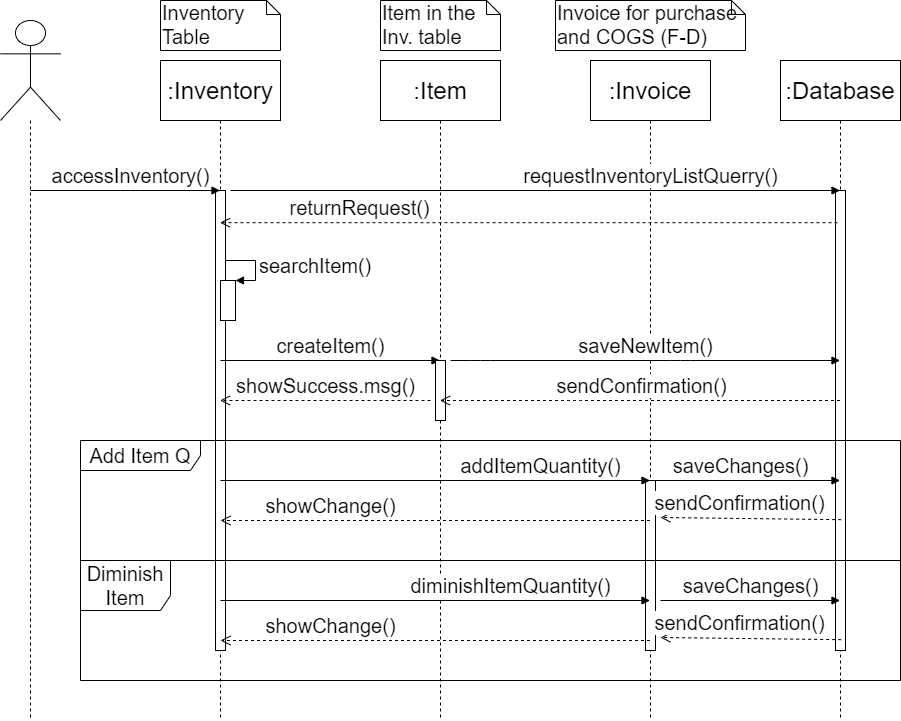
The draw.io diagram Diagrams/Sequence Diagrams/SEQ_17-18-20_Register Add Diminish Inventory Items.png in kkasharaj17/SE-project, before a commit. Source tidied: cells renumbered, new cells last; positions are measured from the earlier drawing's top-left corner, leaving out a move shared by most shapes. The source it was exported from:
```xml
<mxGraphModel>
  <root>
    <mxCell id="0" />
    <mxCell id="1" parent="0" />
    <mxCell id="2" value=":Invoice" style="shape=umlLifeline;perimeter=lifelinePerimeter;whiteSpace=wrap;html=1;outlineConnect=0;size=60;fontSize=24;" parent="1" vertex="1">
      <mxGeometry x="590" y="60" width="120" height="660" as="geometry" />
    </mxCell>
    <mxCell id="3" style="html=1;perimeter=orthogonalPerimeter;fontSize=20;" parent="2" vertex="1">
      <mxGeometry x="55" y="420" width="10" height="170" as="geometry" />
    </mxCell>
    <mxCell id="4" value=":Database" style="shape=umlLifeline;perimeter=lifelinePerimeter;whiteSpace=wrap;html=1;outlineConnect=0;size=60;fontSize=24;" parent="1" vertex="1">
      <mxGeometry x="780" y="60" width="120" height="660" as="geometry" />
    </mxCell>
    <mxCell id="5" style="html=1;points=[];perimeter=orthogonalPerimeter;fontSize=20;" parent="4" vertex="1">
      <mxGeometry x="55" y="130" width="10" height="460" as="geometry" />
    </mxCell>
    <mxCell id="6" value=":Inventory" style="shape=umlLifeline;perimeter=lifelinePerimeter;whiteSpace=wrap;html=1;outlineConnect=0;size=60;fontSize=24;" parent="1" vertex="1">
      <mxGeometry x="160" y="60" width="120" height="660" as="geometry" />
    </mxCell>
    <mxCell id="7" style="html=1;points=[];perimeter=orthogonalPerimeter;fontSize=20;" parent="6" vertex="1">
      <mxGeometry x="55" y="130" width="10" height="460" as="geometry" />
    </mxCell>
    <mxCell id="8" style="html=1;points=[];perimeter=orthogonalPerimeter;fontSize=20;" parent="6" vertex="1">
      <mxGeometry x="60" y="220" width="15" height="40" as="geometry" />
    </mxCell>
    <mxCell id="9" value="searchItem()" style="edgeStyle=orthogonalEdgeStyle;html=1;align=left;spacingLeft=2;endArrow=block;rounded=0;entryX=1;entryY=0;fontSize=20;" parent="6" edge="1" source="7" target="8">
      <mxGeometry relative="1" as="geometry">
        <Array as="points">
          <mxPoint x="95" y="200" />
          <mxPoint x="95" y="220" />
        </Array>
      </mxGeometry>
    </mxCell>
    <mxCell id="10" value="createItem()" style="html=1;verticalAlign=bottom;endArrow=block;fontSize=20;" parent="6" edge="1" target="15">
      <mxGeometry relative="1" as="geometry">
        <mxPoint x="60" y="300" as="sourcePoint" />
      </mxGeometry>
    </mxCell>
    <mxCell id="11" value="showChange()" style="html=1;verticalAlign=bottom;endArrow=open;dashed=1;endSize=8;fontSize=20;" parent="6" edge="1" source="2">
      <mxGeometry x="0.49" relative="1" as="geometry">
        <mxPoint x="60" y="460" as="targetPoint" />
      </mxGeometry>
    </mxCell>
    <mxCell id="12" value="Add Item Q" style="shape=umlFrame;whiteSpace=wrap;html=1;fontSize=20;width=120;height=30;" parent="1" vertex="1">
      <mxGeometry x="80" y="440" width="820" height="120" as="geometry" />
    </mxCell>
    <mxCell id="13" style="shape=umlLifeline;participant=umlActor;perimeter=lifelinePerimeter;whiteSpace=wrap;html=1;verticalAlign=top;spacingTop=36;labelBackgroundColor=#ffffff;size=100;" parent="1" vertex="1">
      <mxGeometry y="20" width="60" height="700" as="geometry" />
    </mxCell>
    <mxCell id="14" value="accessInventory()" style="html=1;verticalAlign=bottom;endArrow=block;fontSize=20;" parent="13" edge="1" target="6">
      <mxGeometry x="0.06" relative="1" as="geometry">
        <mxPoint x="30" y="170" as="sourcePoint" />
        <Array as="points">
          <mxPoint x="130" y="170" />
        </Array>
      </mxGeometry>
    </mxCell>
    <mxCell id="15" value=":Item" style="shape=umlLifeline;perimeter=lifelinePerimeter;whiteSpace=wrap;html=1;outlineConnect=0;size=60;fontSize=24;" parent="1" vertex="1">
      <mxGeometry x="380" y="60" width="120" height="660" as="geometry" />
    </mxCell>
    <mxCell id="16" value="saveNewItem()" style="html=1;verticalAlign=bottom;endArrow=block;fontSize=20;" parent="15" edge="1" target="4">
      <mxGeometry relative="1" as="geometry">
        <mxPoint x="70" y="300" as="sourcePoint" />
        <Array as="points">
          <mxPoint x="100" y="300" />
          <mxPoint x="300" y="300" />
        </Array>
      </mxGeometry>
    </mxCell>
    <mxCell id="17" style="html=1;perimeter=orthogonalPerimeter;fontSize=20;" parent="15" vertex="1">
      <mxGeometry x="55" y="300" width="10" height="60" as="geometry" />
    </mxCell>
    <mxCell id="18" value="Inventory Table" style="shape=note;whiteSpace=wrap;html=1;size=14;verticalAlign=top;align=left;spacingTop=-6;fontSize=20;" parent="1" vertex="1">
      <mxGeometry x="160" width="120" height="50" as="geometry" />
    </mxCell>
    <mxCell id="19" value="Item in the Inv. table" style="shape=note;whiteSpace=wrap;html=1;size=14;verticalAlign=top;align=left;spacingTop=-6;fontSize=20;" parent="1" vertex="1">
      <mxGeometry x="380" width="120" height="50" as="geometry" />
    </mxCell>
    <mxCell id="20" value="requestInventoryListQuerry()" style="html=1;verticalAlign=bottom;endArrow=block;fontSize=20;" parent="1" edge="1" target="4">
      <mxGeometry x="0.38" relative="1" as="geometry">
        <mxPoint x="230" y="190" as="sourcePoint" />
        <Array as="points">
          <mxPoint x="230" y="190" />
        </Array>
      </mxGeometry>
    </mxCell>
    <mxCell id="21" value="returnRequest()" style="html=1;verticalAlign=bottom;endArrow=open;dashed=1;endSize=8;fontSize=20;exitX=0.2;exitY=0.07;exitDx=0;exitDy=0;exitPerimeter=0;" parent="1" edge="1" source="5" target="6">
      <mxGeometry x="0.55" relative="1" as="geometry" />
    </mxCell>
    <mxCell id="22" value="sendConfirmation()" style="html=1;verticalAlign=bottom;endArrow=open;dashed=1;endSize=8;fontSize=20;" parent="1" edge="1" source="4" target="15">
      <mxGeometry relative="1" as="geometry">
        <Array as="points">
          <mxPoint x="570" y="400" />
        </Array>
      </mxGeometry>
    </mxCell>
    <mxCell id="23" value="showSuccess.msg()" style="html=1;verticalAlign=bottom;endArrow=open;dashed=1;endSize=8;fontSize=20;" parent="1" edge="1" target="6">
      <mxGeometry relative="1" as="geometry">
        <mxPoint x="430" y="400" as="sourcePoint" />
      </mxGeometry>
    </mxCell>
    <mxCell id="24" value="addItemQuantity()" style="html=1;verticalAlign=bottom;endArrow=block;fontSize=20;" parent="1" edge="1" target="2">
      <mxGeometry x="0.49" relative="1" as="geometry">
        <mxPoint x="220" y="480" as="sourcePoint" />
      </mxGeometry>
    </mxCell>
    <mxCell id="25" value="saveChanges()" style="html=1;verticalAlign=bottom;endArrow=block;fontSize=20;" parent="1" edge="1" target="4">
      <mxGeometry relative="1" as="geometry">
        <mxPoint x="640" y="480" as="sourcePoint" />
      </mxGeometry>
    </mxCell>
    <mxCell id="26" value="sendConfirmation()" style="html=1;verticalAlign=bottom;endArrow=open;dashed=1;endSize=8;fontSize=20;" parent="1" edge="1">
      <mxGeometry x="0.11" y="-1" relative="1" as="geometry">
        <mxPoint x="840.7" y="519.2" as="sourcePoint" />
        <mxPoint x="660" y="517" as="targetPoint" />
        <mxPoint x="-1" as="offset" />
      </mxGeometry>
    </mxCell>
    <mxCell id="27" value="Diminish Item" style="shape=umlFrame;whiteSpace=wrap;html=1;fontSize=20;width=90;height=50;" parent="1" vertex="1">
      <mxGeometry x="80" y="560" width="820" height="120" as="geometry" />
    </mxCell>
    <mxCell id="28" value="Invoice for purchase and COGS (F-D)" style="shape=note;whiteSpace=wrap;html=1;size=14;verticalAlign=top;align=left;spacingTop=-6;fontSize=20;" parent="1" vertex="1">
      <mxGeometry x="555" width="190" height="50" as="geometry" />
    </mxCell>
    <mxCell id="29" value="diminishItemQuantity()" style="html=1;verticalAlign=bottom;endArrow=block;fontSize=20;" parent="1" edge="1">
      <mxGeometry x="0.35" relative="1" as="geometry">
        <mxPoint x="220" y="600" as="sourcePoint" />
        <mxPoint x="649.5" y="600" as="targetPoint" />
      </mxGeometry>
    </mxCell>
    <mxCell id="30" value="saveChanges()" style="html=1;verticalAlign=bottom;endArrow=block;fontSize=20;" parent="1" edge="1">
      <mxGeometry relative="1" as="geometry">
        <mxPoint x="660" y="600" as="sourcePoint" />
        <mxPoint x="839.5" y="600" as="targetPoint" />
      </mxGeometry>
    </mxCell>
    <mxCell id="31" value="sendConfirmation()" style="html=1;verticalAlign=bottom;endArrow=open;dashed=1;endSize=8;fontSize=20;" parent="1" edge="1">
      <mxGeometry x="0.11" y="-1" relative="1" as="geometry">
        <mxPoint x="840.7" y="639.2" as="sourcePoint" />
        <mxPoint x="660" y="637" as="targetPoint" />
        <mxPoint x="-1" as="offset" />
      </mxGeometry>
    </mxCell>
    <mxCell id="32" value="showChange()" style="html=1;verticalAlign=bottom;endArrow=open;dashed=1;endSize=8;fontSize=20;" parent="1" edge="1">
      <mxGeometry x="0.49" relative="1" as="geometry">
        <mxPoint x="649.5" y="640" as="sourcePoint" />
        <mxPoint x="220" y="640" as="targetPoint" />
      </mxGeometry>
    </mxCell>
  </root>
</mxGraphModel>
```
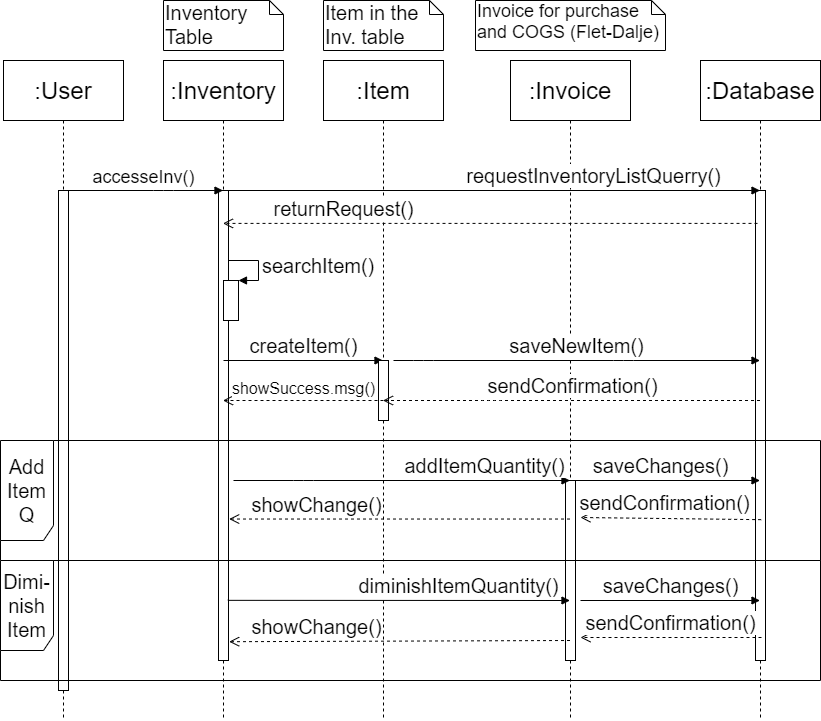
The same diagram one commit later.

What changed in the source:
```diff
@@ -6,19 +6,19 @@
       <mxGeometry x="590" y="60" width="120" height="660" as="geometry" />
     </mxCell>
     <mxCell id="3" style="html=1;perimeter=orthogonalPerimeter;fontSize=20;" parent="2" vertex="1">
-      <mxGeometry x="55" y="420" width="10" height="170" as="geometry" />
+      <mxGeometry x="55" y="420" width="10" height="180" as="geometry" />
     </mxCell>
     <mxCell id="4" value=":Database" style="shape=umlLifeline;perimeter=lifelinePerimeter;whiteSpace=wrap;html=1;outlineConnect=0;size=60;fontSize=24;" parent="1" vertex="1">
       <mxGeometry x="780" y="60" width="120" height="660" as="geometry" />
     </mxCell>
     <mxCell id="5" style="html=1;points=[];perimeter=orthogonalPerimeter;fontSize=20;" parent="4" vertex="1">
-      <mxGeometry x="55" y="130" width="10" height="460" as="geometry" />
+      <mxGeometry x="55" y="130" width="10" height="470" as="geometry" />
     </mxCell>
     <mxCell id="6" value=":Inventory" style="shape=umlLifeline;perimeter=lifelinePerimeter;whiteSpace=wrap;html=1;outlineConnect=0;size=60;fontSize=24;" parent="1" vertex="1">
-      <mxGeometry x="160" y="60" width="120" height="660" as="geometry" />
+      <mxGeometry x="243" y="60" width="120" height="660" as="geometry" />
     </mxCell>
     <mxCell id="7" style="html=1;points=[];perimeter=orthogonalPerimeter;fontSize=20;" parent="6" vertex="1">
-      <mxGeometry x="55" y="130" width="10" height="460" as="geometry" />
+      <mxGeometry x="55" y="130" width="10" height="470" as="geometry" />
     </mxCell>
     <mxCell id="8" style="html=1;points=[];perimeter=orthogonalPerimeter;fontSize=20;" parent="6" vertex="1">
       <mxGeometry x="60" y="220" width="15" height="40" as="geometry" />
@@ -36,27 +36,8 @@
         <mxPoint x="60" y="300" as="sourcePoint" />
       </mxGeometry>
     </mxCell>
-    <mxCell id="11" value="showChange()" style="html=1;verticalAlign=bottom;endArrow=open;dashed=1;endSize=8;fontSize=20;" parent="6" edge="1" source="2">
-      <mxGeometry x="0.49" relative="1" as="geometry">
-        <mxPoint x="60" y="460" as="targetPoint" />
-      </mxGeometry>
-    </mxCell>
-    <mxCell id="12" value="Add Item Q" style="shape=umlFrame;whiteSpace=wrap;html=1;fontSize=20;width=120;height=30;" parent="1" vertex="1">
-      <mxGeometry x="80" y="440" width="820" height="120" as="geometry" />
-    </mxCell>
-    <mxCell id="13" style="shape=umlLifeline;participant=umlActor;perimeter=lifelinePerimeter;whiteSpace=wrap;html=1;verticalAlign=top;spacingTop=36;labelBackgroundColor=#ffffff;size=100;" parent="1" vertex="1">
-      <mxGeometry y="20" width="60" height="700" as="geometry" />
-    </mxCell>
-    <mxCell id="14" value="accessInventory()" style="html=1;verticalAlign=bottom;endArrow=block;fontSize=20;" parent="13" edge="1" target="6">
-      <mxGeometry x="0.06" relative="1" as="geometry">
-        <mxPoint x="30" y="170" as="sourcePoint" />
-        <Array as="points">
-          <mxPoint x="130" y="170" />
-        </Array>
-      </mxGeometry>
-    </mxCell>
     <mxCell id="15" value=":Item" style="shape=umlLifeline;perimeter=lifelinePerimeter;whiteSpace=wrap;html=1;outlineConnect=0;size=60;fontSize=24;" parent="1" vertex="1">
-      <mxGeometry x="380" y="60" width="120" height="660" as="geometry" />
+      <mxGeometry x="403" y="60" width="120" height="660" as="geometry" />
     </mxCell>
     <mxCell id="16" value="saveNewItem()" style="html=1;verticalAlign=bottom;endArrow=block;fontSize=20;" parent="15" edge="1" target="4">
       <mxGeometry relative="1" as="geometry">
@@ -71,16 +52,16 @@
       <mxGeometry x="55" y="300" width="10" height="60" as="geometry" />
     </mxCell>
     <mxCell id="18" value="Inventory Table" style="shape=note;whiteSpace=wrap;html=1;size=14;verticalAlign=top;align=left;spacingTop=-6;fontSize=20;" parent="1" vertex="1">
-      <mxGeometry x="160" width="120" height="50" as="geometry" />
+      <mxGeometry x="243" width="120" height="50" as="geometry" />
     </mxCell>
     <mxCell id="19" value="Item in the Inv. table" style="shape=note;whiteSpace=wrap;html=1;size=14;verticalAlign=top;align=left;spacingTop=-6;fontSize=20;" parent="1" vertex="1">
-      <mxGeometry x="380" width="120" height="50" as="geometry" />
+      <mxGeometry x="403" width="120" height="50" as="geometry" />
     </mxCell>
     <mxCell id="20" value="requestInventoryListQuerry()" style="html=1;verticalAlign=bottom;endArrow=block;fontSize=20;" parent="1" edge="1" target="4">
       <mxGeometry x="0.38" relative="1" as="geometry">
-        <mxPoint x="230" y="190" as="sourcePoint" />
+        <mxPoint x="303" y="190" as="sourcePoint" />
         <Array as="points">
-          <mxPoint x="230" y="190" />
+          <mxPoint x="303" y="190" />
         </Array>
       </mxGeometry>
     </mxCell>
@@ -94,14 +75,17 @@
         </Array>
       </mxGeometry>
     </mxCell>
-    <mxCell id="23" value="showSuccess.msg()" style="html=1;verticalAlign=bottom;endArrow=open;dashed=1;endSize=8;fontSize=20;" parent="1" edge="1" target="6">
+    <mxCell id="23" value="showSuccess.msg()" style="html=1;verticalAlign=bottom;endArrow=open;dashed=1;endSize=8;fontSize=16;" parent="1" edge="1" target="6">
       <mxGeometry relative="1" as="geometry">
-        <mxPoint x="430" y="400" as="sourcePoint" />
+        <mxPoint x="463" y="400" as="sourcePoint" />
       </mxGeometry>
     </mxCell>
     <mxCell id="24" value="addItemQuantity()" style="html=1;verticalAlign=bottom;endArrow=block;fontSize=20;" parent="1" edge="1" target="2">
       <mxGeometry x="0.49" relative="1" as="geometry">
-        <mxPoint x="220" y="480" as="sourcePoint" />
+        <mxPoint x="313" y="480" as="sourcePoint" />
+        <Array as="points">
+          <mxPoint x="383" y="480" />
+        </Array>
       </mxGeometry>
     </mxCell>
     <mxCell id="25" value="saveChanges()" style="html=1;verticalAlign=bottom;endArrow=block;fontSize=20;" parent="1" edge="1" target="4">
@@ -110,21 +94,17 @@
       </mxGeometry>
     </mxCell>
     <mxCell id="26" value="sendConfirmation()" style="html=1;verticalAlign=bottom;endArrow=open;dashed=1;endSize=8;fontSize=20;" parent="1" edge="1">
-      <mxGeometry x="0.11" y="-1" relative="1" as="geometry">
+      <mxGeometry x="0.08" y="-1" relative="1" as="geometry">
         <mxPoint x="840.7" y="519.2" as="sourcePoint" />
         <mxPoint x="660" y="517" as="targetPoint" />
-        <mxPoint x="-1" as="offset" />
+        <mxPoint x="1" as="offset" />
       </mxGeometry>
     </mxCell>
-    <mxCell id="27" value="Diminish Item" style="shape=umlFrame;whiteSpace=wrap;html=1;fontSize=20;width=90;height=50;" parent="1" vertex="1">
-      <mxGeometry x="80" y="560" width="820" height="120" as="geometry" />
-    </mxCell>
-    <mxCell id="28" value="Invoice for purchase and COGS (F-D)" style="shape=note;whiteSpace=wrap;html=1;size=14;verticalAlign=top;align=left;spacingTop=-6;fontSize=20;" parent="1" vertex="1">
+    <mxCell id="28" value="Invoice for purchase and COGS (Flet-Dalje)" style="shape=note;whiteSpace=wrap;html=1;size=14;verticalAlign=top;align=left;spacingTop=-6;fontSize=18;" parent="1" vertex="1">
       <mxGeometry x="555" width="190" height="50" as="geometry" />
     </mxCell>
-    <mxCell id="29" value="diminishItemQuantity()" style="html=1;verticalAlign=bottom;endArrow=block;fontSize=20;" parent="1" edge="1">
+    <mxCell id="29" value="diminishItemQuantity()" style="html=1;verticalAlign=bottom;endArrow=block;fontSize=20;exitX=0.933;exitY=0.872;exitDx=0;exitDy=0;exitPerimeter=0;" parent="1" edge="1" source="7">
       <mxGeometry x="0.35" relative="1" as="geometry">
-        <mxPoint x="220" y="600" as="sourcePoint" />
         <mxPoint x="649.5" y="600" as="targetPoint" />
       </mxGeometry>
     </mxCell>
@@ -135,17 +115,37 @@
       </mxGeometry>
     </mxCell>
     <mxCell id="31" value="sendConfirmation()" style="html=1;verticalAlign=bottom;endArrow=open;dashed=1;endSize=8;fontSize=20;" parent="1" edge="1">
-      <mxGeometry x="0.11" y="-1" relative="1" as="geometry">
-        <mxPoint x="840.7" y="639.2" as="sourcePoint" />
+      <mxGeometry x="0.01" relative="1" as="geometry">
+        <mxPoint x="841" y="637" as="sourcePoint" />
         <mxPoint x="660" y="637" as="targetPoint" />
-        <mxPoint x="-1" as="offset" />
       </mxGeometry>
     </mxCell>
-    <mxCell id="32" value="showChange()" style="html=1;verticalAlign=bottom;endArrow=open;dashed=1;endSize=8;fontSize=20;" parent="1" edge="1">
+    <mxCell id="32" value="showChange()" style="html=1;verticalAlign=bottom;endArrow=open;dashed=1;endSize=8;fontSize=20;entryX=1.067;entryY=0.96;entryDx=0;entryDy=0;entryPerimeter=0;" parent="1" edge="1" target="7">
       <mxGeometry x="0.49" relative="1" as="geometry">
         <mxPoint x="649.5" y="640" as="sourcePoint" />
-        <mxPoint x="220" y="640" as="targetPoint" />
       </mxGeometry>
     </mxCell>
+    <mxCell id="33" value=":User" style="shape=umlLifeline;perimeter=lifelinePerimeter;whiteSpace=wrap;html=1;outlineConnect=0;size=60;fontSize=24;" parent="1" vertex="1">
+      <mxGeometry x="83" y="60" width="120" height="660" as="geometry" />
+    </mxCell>
+    <mxCell id="34" style="html=1;perimeter=orthogonalPerimeter;fontSize=20;" parent="33" vertex="1">
+      <mxGeometry x="55" y="130" width="10" height="500" as="geometry" />
+    </mxCell>
+    <mxCell id="35" value="accesseInv()" style="html=1;verticalAlign=bottom;endArrow=block;fontSize=18;" parent="1" edge="1" source="33" target="6">
+      <mxGeometry relative="1" as="geometry">
+        <Array as="points">
+          <mxPoint x="243" y="190" />
+        </Array>
+      </mxGeometry>
+    </mxCell>
+    <mxCell id="11" value="showChange()" style="html=1;verticalAlign=bottom;endArrow=open;dashed=1;endSize=8;fontSize=20;entryX=1.067;entryY=0.699;entryDx=0;entryDy=0;entryPerimeter=0;" parent="1" edge="1" source="2" target="7">
+      <mxGeometry x="0.49" relative="1" as="geometry" />
+    </mxCell>
+    <mxCell id="12" value="Add Item Q" style="shape=umlFrame;whiteSpace=wrap;html=1;fontSize=20;width=53;height=100;" parent="1" vertex="1">
+      <mxGeometry x="80" y="440" width="820" height="120" as="geometry" />
+    </mxCell>
+    <mxCell id="27" value="Dimi-nish Item" style="shape=umlFrame;whiteSpace=wrap;html=1;fontSize=20;width=53;height=90;" parent="1" vertex="1">
+      <mxGeometry x="80" y="560" width="820" height="120" as="geometry" />
+    </mxCell>
   </root>
 </mxGraphModel>
```
